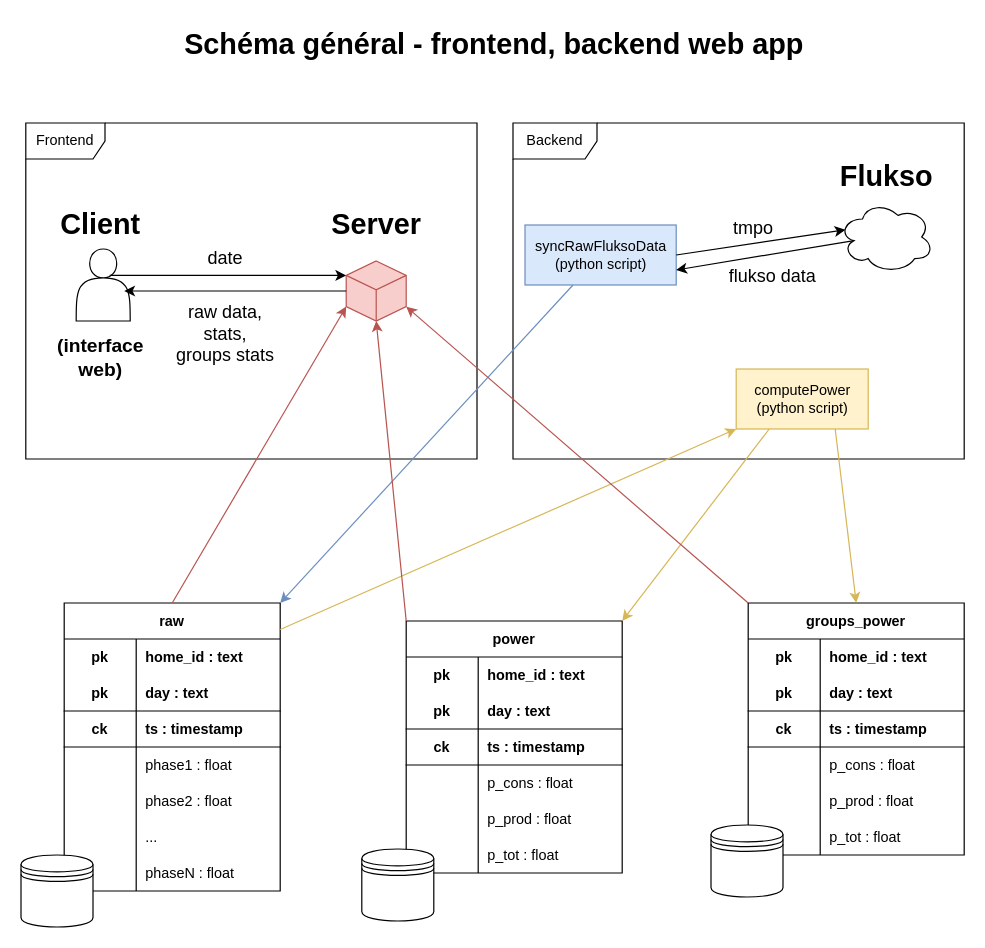
Above: page "general schema" (8 of 10) of documentation/documentation_diagrams.drawio in AlexandreHnf/Voisin-d-energie-ULB (draw.io), before the change. Source tidied: cells renumbered, new cells numbered last; positions are measured from the earlier drawing's top-left corner, leaving out a move shared by most shapes. Both pictures are drawn from the tidied source at 120%, with x=0, y=0 at pixel (20, 20).
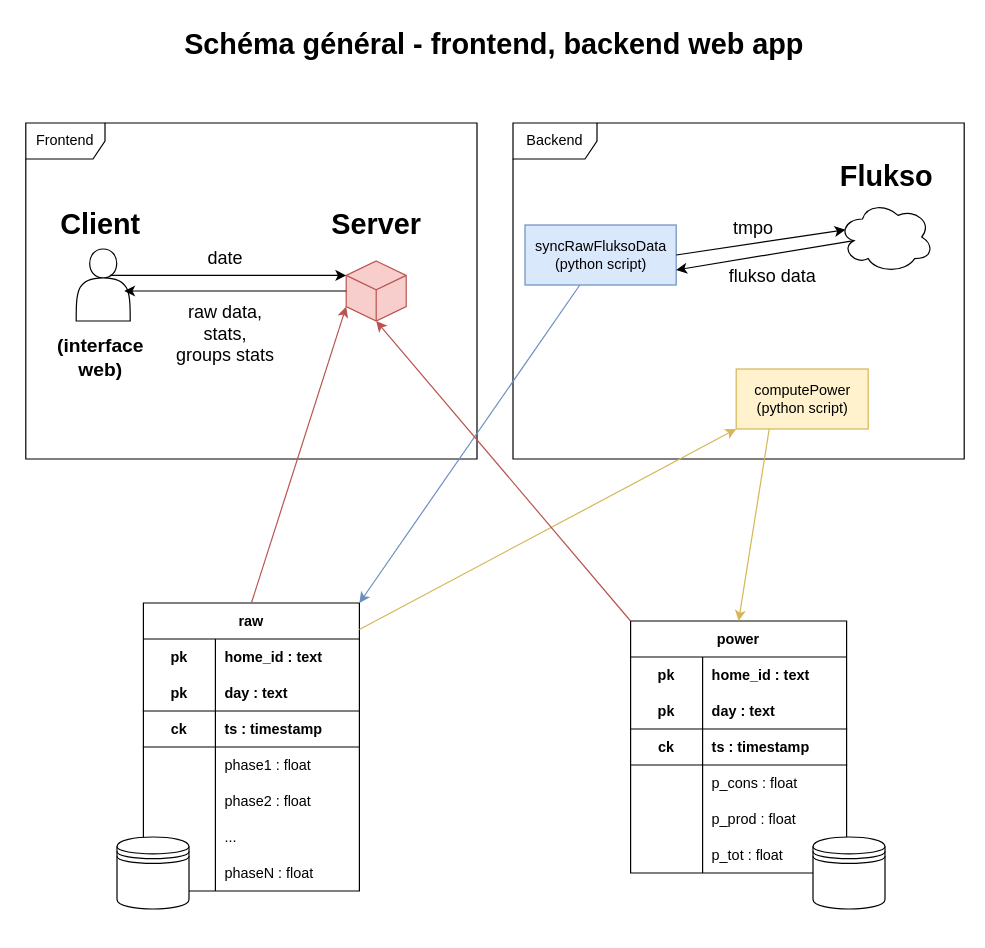
Above is the later version.

Commit message (it also covers changes not shown here):
doc : update backend schemas : remove groups

Unchanged cells that the change refers to:
```xml
<mxCell id="72" value="computePower &lt;br&gt;(python script)" style="html=1;fillColor=#fff2cc;strokeColor=#d6b656;" parent="1" vertex="1">
  <mxGeometry x="596" y="290" width="110" height="50" as="geometry" />
</mxCell>
<mxCell id="77" style="whiteSpace=wrap;html=1;shape=mxgraph.basic.isocube;isoAngle=15;fontSize=15;fillColor=#f8cecc;strokeColor=#b85450;" parent="1" vertex="1">
  <mxGeometry x="271" y="200" width="50" height="50" as="geometry" />
</mxCell>
```

What changed in the source:
```diff
@@
     <mxCell id="2" value="raw" style="shape=table;startSize=30;childLayout=tableLayout;rowLines=0;fontStyle=1;align=center;" parent="1" vertex="1">
-      <mxGeometry x="36" y="485" width="180" height="240" as="geometry" />
+      <mxGeometry x="102" y="485" width="180" height="240" as="geometry" />
     </mxCell>
@@
     <mxCell id="24" value="power" style="shape=table;startSize=30;childLayout=tableLayout;rowLines=0;fontStyle=1;align=center;" parent="1" vertex="1">
-      <mxGeometry x="321" y="500" width="180" height="210" as="geometry" />
+      <mxGeometry x="508" y="500" width="180" height="210" as="geometry" />
     </mxCell>
@@
-    <mxCell id="43" value="groups_power" style="shape=table;startSize=30;childLayout=tableLayout;rowLines=0;fontStyle=1;align=center;" parent="1" vertex="1">
-      <mxGeometry x="606" y="485" width="180" height="210" as="geometry" />
-    </mxCell>
-    <mxCell id="44" style="shape=tableRow;horizontal=0;startSize=0;swimlaneHead=0;swimlaneBody=0;fillColor=none;top=0;left=0;right=0;bottom=0;" parent="43" vertex="1">
-      <mxGeometry y="30" width="180" height="30" as="geometry" />
-    </mxCell>
-    <mxCell id="45" value="pk" style="shape=partialRectangle;fillColor=none;top=0;left=0;bottom=0;right=0;fontStyle=1;overflow=hidden;" parent="44" vertex="1">
-      <mxGeometry width="60" height="30" as="geometry" />
-    </mxCell>
-    <mxCell id="46" value="home_id : text" style="shape=partialRectangle;fillColor=none;top=0;left=0;bottom=0;right=0;align=left;spacingLeft=6;fontStyle=1;overflow=hidden;" parent="44" vertex="1">
-      <mxGeometry x="60" width="120" height="30" as="geometry" />
-    </mxCell>
-    <mxCell id="47" style="shape=tableRow;horizontal=0;startSize=0;swimlaneHead=0;swimlaneBody=0;fillColor=none;top=0;left=0;right=0;bottom=1;" parent="43" vertex="1">
-      <mxGeometry y="60" width="180" height="30" as="geometry" />
-    </mxCell>
-    <mxCell id="48" value="pk" style="shape=partialRectangle;fillColor=none;top=0;left=0;bottom=0;right=0;fontStyle=1;overflow=hidden;" parent="47" vertex="1">
-      <mxGeometry width="60" height="30" as="geometry" />
-    </mxCell>
-    <mxCell id="49" value="day : text" style="shape=partialRectangle;fillColor=none;top=0;left=0;bottom=0;right=0;align=left;spacingLeft=6;fontStyle=1;overflow=hidden;" parent="47" vertex="1">
-      <mxGeometry x="60" width="120" height="30" as="geometry" />
-    </mxCell>
-    <mxCell id="50" style="shape=tableRow;horizontal=0;startSize=0;swimlaneHead=0;swimlaneBody=0;fillColor=none;top=0;left=0;right=0;bottom=1;" parent="43" vertex="1">
-      <mxGeometry y="90" width="180" height="30" as="geometry" />
-    </mxCell>
-    <mxCell id="51" value="ck" style="shape=partialRectangle;fillColor=none;top=0;left=0;bottom=0;right=0;fontStyle=1;overflow=hidden;" parent="50" vertex="1">
-      <mxGeometry width="60" height="30" as="geometry" />
-    </mxCell>
-    <mxCell id="52" value="ts : timestamp" style="shape=partialRectangle;fillColor=none;top=0;left=0;bottom=0;right=0;align=left;spacingLeft=6;fontStyle=1;overflow=hidden;" parent="50" vertex="1">
-      <mxGeometry x="60" width="120" height="30" as="geometry" />
-    </mxCell>
-    <mxCell id="53" style="shape=tableRow;horizontal=0;startSize=0;swimlaneHead=0;swimlaneBody=0;fillColor=none;top=0;left=0;right=0;bottom=0;" parent="43" vertex="1">
-      <mxGeometry y="120" width="180" height="30" as="geometry" />
-    </mxCell>
-    <mxCell id="54" style="shape=partialRectangle;fillColor=none;top=0;left=0;bottom=0;right=0;overflow=hidden;" parent="53" vertex="1">
-      <mxGeometry width="60" height="30" as="geometry" />
-    </mxCell>
-    <mxCell id="55" value="p_cons : float" style="shape=partialRectangle;fillColor=none;top=0;left=0;bottom=0;right=0;align=left;spacingLeft=6;overflow=hidden;" parent="53" vertex="1">
-      <mxGeometry x="60" width="120" height="30" as="geometry" />
-    </mxCell>
-    <mxCell id="56" style="shape=tableRow;horizontal=0;startSize=0;swimlaneHead=0;swimlaneBody=0;fillColor=none;top=0;left=0;right=0;bottom=0;" parent="43" vertex="1">
-      <mxGeometry y="150" width="180" height="30" as="geometry" />
-    </mxCell>
-    <mxCell id="57" style="shape=partialRectangle;fillColor=none;top=0;left=0;bottom=0;right=0;overflow=hidden;" parent="56" vertex="1">
-      <mxGeometry width="60" height="30" as="geometry" />
-    </mxCell>
-    <mxCell id="58" value="p_prod : float" style="shape=partialRectangle;fillColor=none;top=0;left=0;bottom=0;right=0;align=left;spacingLeft=6;overflow=hidden;" parent="56" vertex="1">
-      <mxGeometry x="60" width="120" height="30" as="geometry" />
-    </mxCell>
-    <mxCell id="59" style="shape=tableRow;horizontal=0;startSize=0;swimlaneHead=0;swimlaneBody=0;fillColor=none;top=0;left=0;right=0;bottom=0;" parent="43" vertex="1">
-      <mxGeometry y="180" width="180" height="30" as="geometry" />
-    </mxCell>
-    <mxCell id="60" style="shape=partialRectangle;fillColor=none;top=0;left=0;bottom=0;right=0;overflow=hidden;" parent="59" vertex="1">
-      <mxGeometry width="60" height="30" as="geometry" />
-    </mxCell>
-    <mxCell id="61" value="p_tot : float" style="shape=partialRectangle;fillColor=none;top=0;left=0;bottom=0;right=0;align=left;spacingLeft=6;overflow=hidden;" parent="59" vertex="1">
-      <mxGeometry x="60" width="120" height="30" as="geometry" />
-    </mxCell>
@@
-    <mxCell id="75" style="endArrow=classic;html=1;rounded=0;fontSize=15;entryX=1;entryY=0;entryDx=0;entryDy=0;exitX=0.25;exitY=1;exitDx=0;exitDy=0;fillColor=#fff2cc;strokeColor=#d6b656;" parent="1" edge="1" source="72" target="24">
+    <mxCell id="75" style="endArrow=classic;html=1;rounded=0;fontSize=15;entryX=0.5;entryY=0;entryDx=0;entryDy=0;exitX=0.25;exitY=1;exitDx=0;exitDy=0;fillColor=#fff2cc;strokeColor=#d6b656;" parent="1" edge="1" source="72" target="24">
       <mxGeometry relative="1" as="geometry" />
     </mxCell>
-    <mxCell id="76" style="endArrow=classic;html=1;rounded=0;fontSize=15;entryX=0.5;entryY=0;entryDx=0;entryDy=0;exitX=0.75;exitY=1;exitDx=0;exitDy=0;fillColor=#fff2cc;strokeColor=#d6b656;" parent="1" edge="1" source="72" target="43">
-      <mxGeometry relative="1" as="geometry" />
-    </mxCell>
@@
-    <mxCell id="78" style="endArrow=classic;html=1;rounded=0;fontSize=15;entryX=0;entryY=0;entryDx=50;entryDy=37.9960620459942;exitX=0;exitY=0;exitDx=0;exitDy=0;entryPerimeter=0;fillColor=#f8cecc;strokeColor=#b85450;" parent="1" edge="1" source="43" target="77">
-      <mxGeometry relative="1" as="geometry" />
-    </mxCell>
@@
     <mxCell id="82" style="shape=datastore;whiteSpace=wrap;html=1;fontSize=15;" parent="1" vertex="1">
-      <mxGeometry y="695" width="60" height="60" as="geometry" />
+      <mxGeometry x="80" y="680" width="60" height="60" as="geometry" />
     </mxCell>
     <mxCell id="83" style="shape=datastore;whiteSpace=wrap;html=1;fontSize=15;" parent="1" vertex="1">
-      <mxGeometry x="284" y="690" width="60" height="60" as="geometry" />
+      <mxGeometry x="660" y="680" width="60" height="60" as="geometry" />
     </mxCell>
-    <mxCell id="84" style="shape=datastore;whiteSpace=wrap;html=1;fontSize=15;" parent="1" vertex="1">
-      <mxGeometry x="575" y="670" width="60" height="60" as="geometry" />
-    </mxCell>
```
